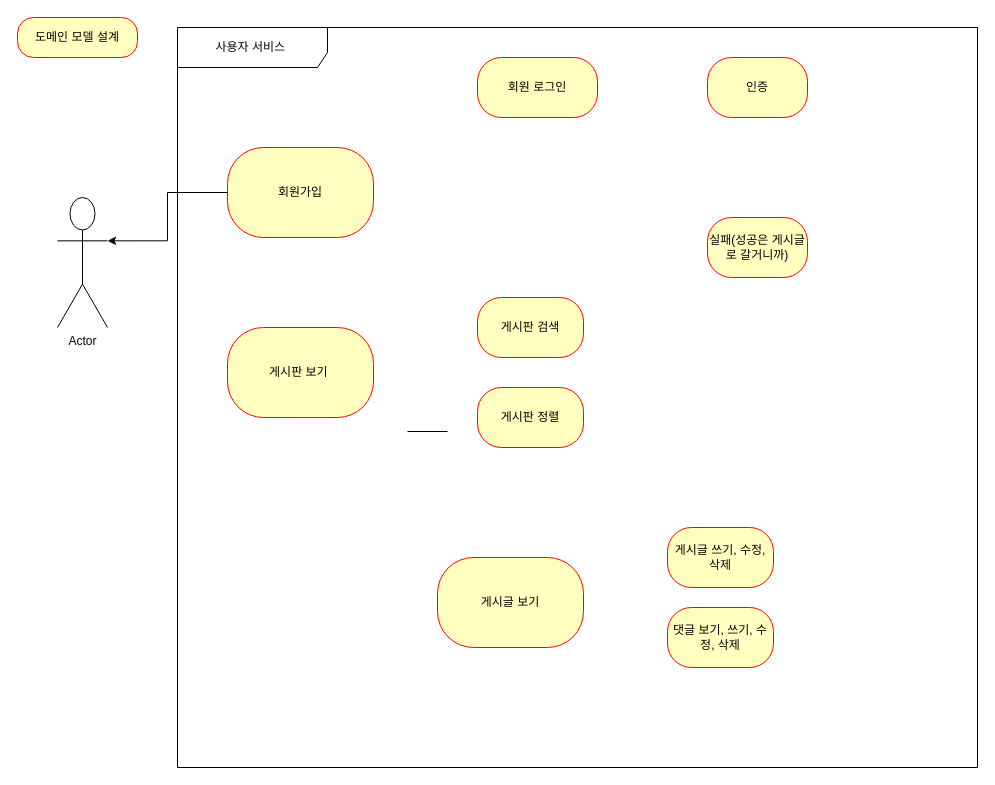
js-kim-arc/Service-edit keeps this draw.io diagram as api.drawio. Above is the earlier version. Source tidied: cells renumbered, new cells numbered last; positions are measured from the earlier drawing's top-left corner, leaving out a move shared by most shapes. Both pictures are drawn from the tidied source at 100%, with x=0, y=0 at pixel (17, 17).
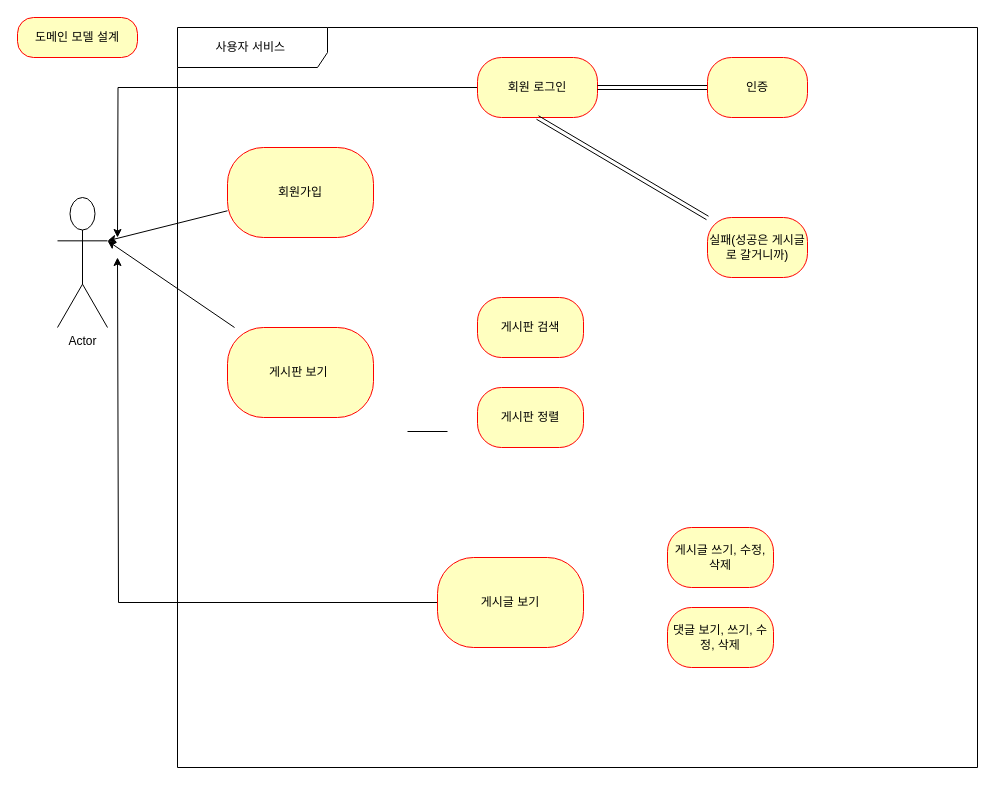
After the change.

Unchanged cells that the change refers to:
```xml
<mxCell id="2" value="Actor" style="shape=umlActor;verticalLabelPosition=bottom;verticalAlign=top;html=1;" parent="1" vertex="1">
  <mxGeometry x="40" y="180" width="50" height="130" as="geometry" />
</mxCell>
<mxCell id="4" value="회원가입" style="rounded=1;whiteSpace=wrap;html=1;arcSize=40;fontColor=#000000;fillColor=#ffffc0;strokeColor=#ff0000;" parent="1" vertex="1">
  <mxGeometry x="210" y="130" width="146" height="90" as="geometry" />
</mxCell>
<mxCell id="6" value="게시판 보기&amp;nbsp;" style="rounded=1;whiteSpace=wrap;html=1;arcSize=40;fontColor=#000000;fillColor=#ffffc0;strokeColor=#ff0000;" parent="1" vertex="1">
  <mxGeometry x="210" y="310" width="146" height="90" as="geometry" />
</mxCell>
<mxCell id="7" value="게시글 보기" style="rounded=1;whiteSpace=wrap;html=1;arcSize=40;fontColor=#000000;fillColor=#ffffc0;strokeColor=#ff0000;" parent="1" vertex="1">
  <mxGeometry x="420" y="540" width="146" height="90" as="geometry" />
</mxCell>
<mxCell id="8" value="회원 로그인" style="rounded=1;whiteSpace=wrap;html=1;arcSize=40;fontColor=#000000;fillColor=#ffffc0;strokeColor=#ff0000;" parent="1" vertex="1">
  <mxGeometry x="460" y="40" width="120" height="60" as="geometry" />
</mxCell>
<mxCell id="9" value="인증" style="rounded=1;whiteSpace=wrap;html=1;arcSize=40;fontColor=#000000;fillColor=#ffffc0;strokeColor=#ff0000;" parent="1" vertex="1">
  <mxGeometry x="690" y="40" width="100" height="60" as="geometry" />
</mxCell>
<mxCell id="10" value="실패(성공은 게시글로 갈거니까)" style="rounded=1;whiteSpace=wrap;html=1;arcSize=40;fontColor=#000000;fillColor=#ffffc0;strokeColor=#ff0000;" parent="1" vertex="1">
  <mxGeometry x="690" y="200" width="100" height="60" as="geometry" />
</mxCell>
```

Change to the diagram source:
```diff
@@
+    <mxCell id="17" style="edgeStyle=orthogonalEdgeStyle;rounded=0;jettySize=auto;html=1;" parent="1" edge="1" source="7">
+      <mxGeometry relative="1" as="geometry">
+        <mxPoint x="100" y="240" as="targetPoint" />
+        <Array as="points">
+          <mxPoint x="101" y="585" />
+        </Array>
+      </mxGeometry>
+    </mxCell>
@@
+    <mxCell id="18" style="edgeStyle=orthogonalEdgeStyle;rounded=0;jettySize=auto;html=1;" parent="1" edge="1" source="8">
+      <mxGeometry relative="1" as="geometry">
+        <mxPoint x="100" y="220" as="targetPoint" />
+      </mxGeometry>
+    </mxCell>
@@
+    <mxCell id="19" style="edgeStyle=orthogonalEdgeStyle;shape=link;rounded=0;jettySize=auto;html=1;exitX=0;exitY=0.5;exitDx=0;exitDy=0;" parent="1" edge="1" source="9" target="8">
+      <mxGeometry relative="1" as="geometry" />
+    </mxCell>
@@
+    <mxCell id="20" style="shape=link;rounded=0;jettySize=auto;html=1;entryX=0.5;entryY=1;entryDx=0;entryDy=0;" parent="1" edge="1" source="10" target="8">
+      <mxGeometry relative="1" as="geometry" />
+    </mxCell>
@@
-    <mxCell id="16" style="edgeStyle=orthogonalEdgeStyle;rounded=0;jettySize=auto;html=1;entryX=1;entryY=0.3333333333333333;entryDx=0;entryDy=0;entryPerimeter=0;" parent="1" edge="1" source="4" target="2">
+    <mxCell id="16" style="rounded=0;jettySize=auto;html=1;entryX=1;entryY=0.3333333333333333;entryDx=0;entryDy=0;entryPerimeter=0;" parent="1" edge="1" source="4" target="2">
       <mxGeometry relative="1" as="geometry" />
     </mxCell>
+    <mxCell id="21" style="rounded=0;jettySize=auto;html=1;entryX=1;entryY=0.3333333333333333;entryDx=0;entryDy=0;entryPerimeter=0;" parent="1" edge="1" source="6" target="2">
+      <mxGeometry relative="1" as="geometry" />
+    </mxCell>
```
